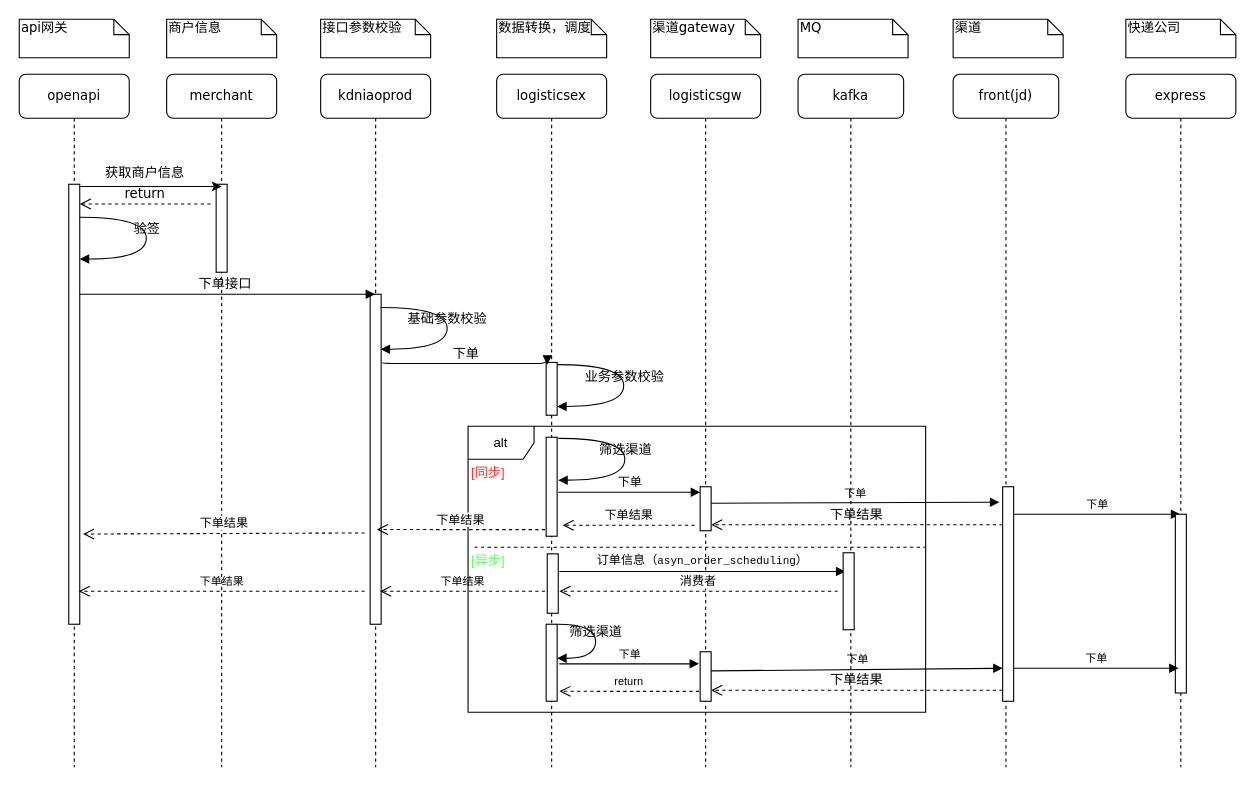
unclequentin/diagrams keeps this draw.io diagram as 上门取件下单.drawio. Above is the earlier version. Source tidied: cells renumbered, new cells numbered last; positions are measured from the earlier drawing's top-left corner, leaving out a move shared by most shapes. Both pictures are drawn from the tidied source at 110%, with x=0, y=0 at pixel (19, 19).
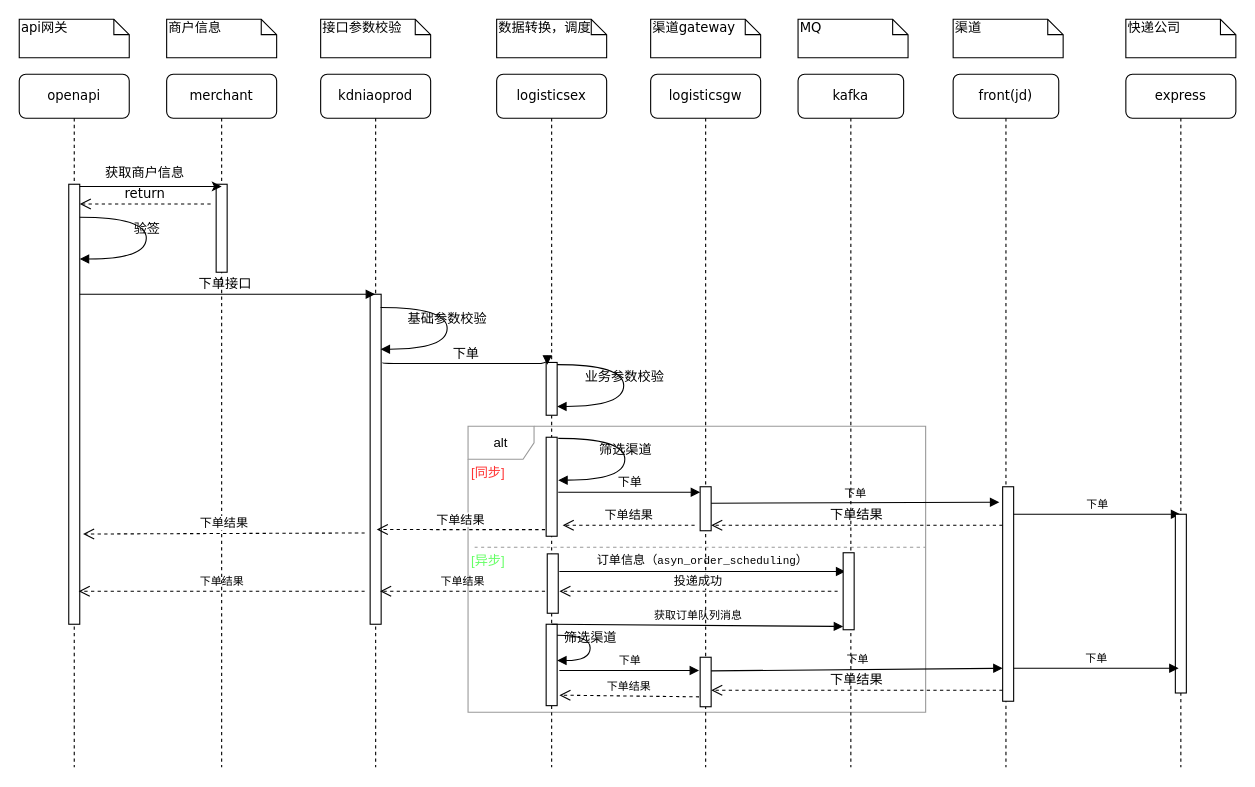
Above is the later version.

Commit message:
更新上门取件下单.drawio

Unchanged cells that the change refers to:
```xml
<mxCell id="5" value="logisticsex" style="shape=umlLifeline;perimeter=lifelinePerimeter;whiteSpace=wrap;html=1;rounded=1;shadow=0;comic=0;labelBackgroundColor=none;strokeWidth=1;fontFamily=Verdana;fontSize=12;align=center;" parent="1" vertex="1">
  <mxGeometry x="434" y="50" width="100" height="630" as="geometry" />
</mxCell>
<mxCell id="12" value="logisticsgw" style="shape=umlLifeline;perimeter=lifelinePerimeter;whiteSpace=wrap;html=1;rounded=1;shadow=0;comic=0;labelBackgroundColor=none;strokeWidth=1;fontFamily=Verdana;fontSize=12;align=center;" parent="1" vertex="1">
  <mxGeometry x="574" y="50" width="100" height="630" as="geometry" />
</mxCell>
```

Change to the diagram source:
```diff
@@
-    <mxCell id="2" value="alt" style="shape=umlFrame;whiteSpace=wrap;html=1;" parent="1" vertex="1">
+    <mxCell id="2" value="alt" style="shape=umlFrame;whiteSpace=wrap;html=1;strokeColor=#999999;" parent="1" vertex="1">
       <mxGeometry x="408" y="370" width="416" height="260" as="geometry" />
     </mxCell>
@@
     <mxCell id="10" style="html=1;points=[];perimeter=orthogonalPerimeter;fontSize=10;fontColor=#000000;" parent="5" vertex="1">
-      <mxGeometry x="45" y="500" width="10" height="70" as="geometry" />
+      <mxGeometry x="45" y="500" width="10" height="74" as="geometry" />
     </mxCell>
+    <mxCell id="60" value="获取订单队列消息" style="html=1;verticalAlign=bottom;endArrow=block;rounded=0;labelBackgroundColor=none;fontSize=10;fontColor=#000000;strokeColor=#000000;curved=1;exitX=0.5;exitY=0;exitDx=0;exitDy=0;exitPerimeter=0;" parent="5" edge="1" source="10">
+      <mxGeometry relative="1" as="geometry">
+        <mxPoint x="315" y="502" as="targetPoint" />
+      </mxGeometry>
+    </mxCell>
-    <mxCell id="11" value="筛选渠道" style="html=1;verticalAlign=bottom;endArrow=block;labelBackgroundColor=none;fontFamily=Verdana;fontSize=12;elbow=vertical;edgeStyle=orthogonalEdgeStyle;curved=1;entryX=1;entryY=0.443;entryDx=0;entryDy=0;entryPerimeter=0;" parent="5" edge="1" target="10">
+    <mxCell id="11" value="筛选渠道" style="html=1;verticalAlign=bottom;endArrow=block;labelBackgroundColor=none;fontFamily=Verdana;fontSize=12;elbow=vertical;edgeStyle=orthogonalEdgeStyle;curved=1;" parent="5" edge="1">
       <mxGeometry relative="1" as="geometry">
-        <mxPoint x="55" y="500" as="sourcePoint" />
+        <mxPoint x="55" y="510" as="sourcePoint" />
+        <mxPoint x="55" y="533" as="targetPoint" />
         <Array as="points">
-          <mxPoint x="90" y="500" />
-          <mxPoint x="90" y="531" />
+          <mxPoint x="85" y="510" />
+          <mxPoint x="85" y="533" />
+          <mxPoint x="55" y="533" />
         </Array>
       </mxGeometry>
     </mxCell>
@@
     <mxCell id="13" style="html=1;points=[];perimeter=orthogonalPerimeter;rounded=0;shadow=0;comic=0;labelBackgroundColor=none;strokeWidth=1;fontFamily=Verdana;fontSize=12;align=center;" parent="12" vertex="1">
-      <mxGeometry x="45" y="525" width="10" height="45" as="geometry" />
+      <mxGeometry x="45" y="530" width="10" height="45" as="geometry" />
     </mxCell>
@@
-    <mxCell id="40" style="endArrow=none;dashed=1;html=1;rounded=0;curved=1;entryX=1;entryY=0.423;entryDx=0;entryDy=0;entryPerimeter=0;" parent="1" edge="1" target="2">
+    <mxCell id="40" style="endArrow=none;dashed=1;html=1;rounded=0;curved=1;entryX=1;entryY=0.423;entryDx=0;entryDy=0;entryPerimeter=0;strokeColor=#999999;" parent="1" edge="1" target="2">
       <mxGeometry relative="1" as="geometry">
         <mxPoint x="414" y="480" as="sourcePoint" />
       </mxGeometry>
     </mxCell>
@@
-    <mxCell id="50" value="消费者" style="html=1;verticalAlign=bottom;endArrow=open;dashed=1;endSize=8;rounded=0;fontColor=#000000;curved=1;entryX=1.4;entryY=0.378;entryDx=0;entryDy=0;entryPerimeter=0;" parent="1" edge="1">
+    <mxCell id="50" value="投递成功" style="html=1;verticalAlign=bottom;endArrow=open;dashed=1;endSize=8;rounded=0;fontColor=#000000;curved=1;entryX=1.4;entryY=0.378;entryDx=0;entryDy=0;entryPerimeter=0;" parent="1" edge="1">
       <mxGeometry relative="1" as="geometry">
         <mxPoint x="744" y="520" as="sourcePoint" />
         <mxPoint x="491" y="520" as="targetPoint" />
       </mxGeometry>
     </mxCell>
     <mxCell id="51" value="下单" style="html=1;verticalAlign=bottom;endArrow=block;rounded=0;labelBackgroundColor=none;fontSize=10;fontColor=#000000;curved=1;entryX=0.2;entryY=0.222;entryDx=0;entryDy=0;entryPerimeter=0;" parent="1" edge="1">
       <mxGeometry relative="1" as="geometry">
-        <mxPoint x="491" y="586" as="sourcePoint" />
-        <mxPoint x="618" y="586" as="targetPoint" />
+        <mxPoint x="491" y="592" as="sourcePoint" />
+        <mxPoint x="618" y="592" as="targetPoint" />
       </mxGeometry>
     </mxCell>
@@
-    <mxCell id="55" value="return" style="html=1;verticalAlign=bottom;endArrow=open;dashed=1;endSize=8;rounded=0;labelBackgroundColor=none;fontSize=10;fontColor=#000000;curved=1;entryX=1.2;entryY=0.871;entryDx=0;entryDy=0;entryPerimeter=0;exitX=-0.1;exitY=0.8;exitDx=0;exitDy=0;exitPerimeter=0;" parent="1" edge="1" source="13" target="10">
+    <mxCell id="55" value="下单结果" style="html=1;verticalAlign=bottom;endArrow=open;dashed=1;endSize=8;rounded=0;labelBackgroundColor=none;fontSize=10;fontColor=#000000;curved=1;entryX=1.2;entryY=0.871;entryDx=0;entryDy=0;entryPerimeter=0;exitX=-0.1;exitY=0.8;exitDx=0;exitDy=0;exitPerimeter=0;" parent="1" edge="1" source="13" target="10">
       <mxGeometry relative="1" as="geometry" />
     </mxCell>
@@
+    <mxCell id="59" value="下单" style="html=1;verticalAlign=bottom;endArrow=block;rounded=0;labelBackgroundColor=none;fontSize=10;fontColor=#000000;curved=1;" parent="1" edge="1">
+      <mxGeometry relative="1" as="geometry">
+        <mxPoint x="904" y="590" as="sourcePoint" />
+        <mxPoint x="1054" y="590" as="targetPoint" />
+      </mxGeometry>
+    </mxCell>
     <mxCell id="58" value="下单结果" style="html=1;verticalAlign=bottom;endArrow=open;dashed=1;endSize=8;labelBackgroundColor=none;fontFamily=Verdana;fontSize=12;edgeStyle=elbowEdgeStyle;elbow=vertical;" parent="1" edge="1">
       <mxGeometry relative="1" as="geometry">
-        <mxPoint x="894" y="459.5" as="sourcePoint" />
-        <mxPoint x="629" y="459.5" as="targetPoint" />
+        <mxPoint x="894" y="460" as="sourcePoint" />
+        <mxPoint x="629" y="460" as="targetPoint" />
         <Array as="points">
-          <mxPoint x="878" y="459.5" />
-          <mxPoint x="908" y="459.5" />
+          <mxPoint x="878" y="460" />
+          <mxPoint x="908" y="460" />
         </Array>
       </mxGeometry>
     </mxCell>
-    <mxCell id="59" value="下单" style="html=1;verticalAlign=bottom;endArrow=block;rounded=0;labelBackgroundColor=none;fontSize=10;fontColor=#000000;curved=1;" parent="1" edge="1">
-      <mxGeometry relative="1" as="geometry">
-        <mxPoint x="904" y="590" as="sourcePoint" />
-        <mxPoint x="1054" y="590" as="targetPoint" />
-      </mxGeometry>
-    </mxCell>
```
